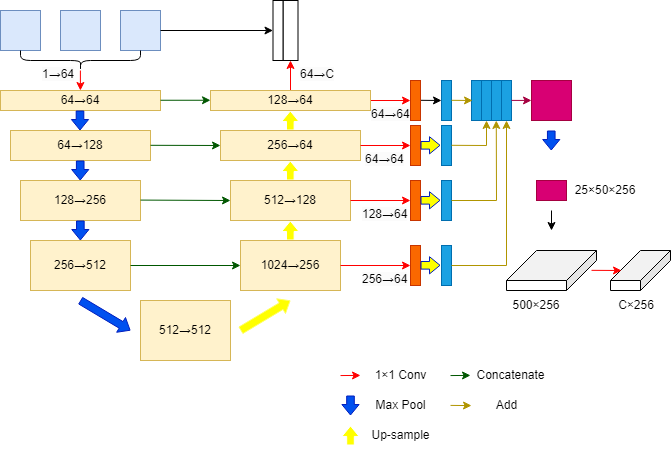
Above: test.drawio.png in DemonH-p/self-study (draw.io), before the change. Source tidied: cells renumbered, new cells last; positions are measured from the earlier drawing's top-left corner, leaving out a move shared by most shapes.
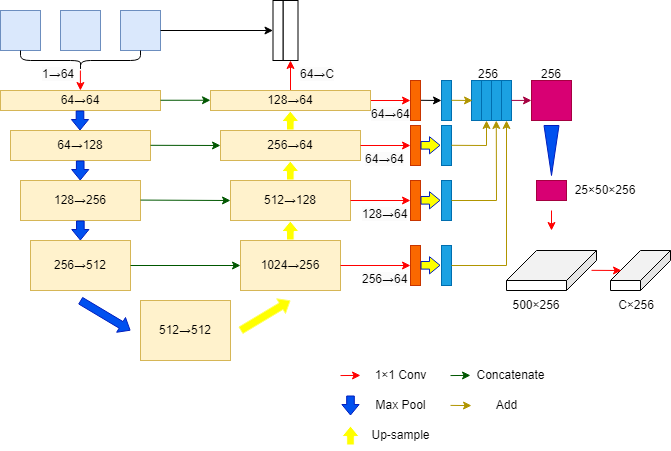
The same file after the commit.

What changed in the source:
```diff
@@ -268,15 +268,6 @@
     <mxCell id="56" style="rounded=0;whiteSpace=wrap;html=1;fillColor=#d80073;fontColor=#ffffff;strokeColor=#A50040;" parent="1" vertex="1">
       <mxGeometry x="531" y="80" width="40" height="40" as="geometry" />
     </mxCell>
-    <mxCell id="57" style="shape=flexArrow;endArrow=classic;html=1;rounded=0;fillColor=#0050ef;strokeColor=#001DBC;endWidth=8.571428571428571;endSize=3.157142857142857;width=7.619047619047619;" parent="1" edge="1">
-      <mxGeometry relative="1" as="geometry">
-        <mxPoint x="550.8" y="130" as="sourcePoint" />
-        <mxPoint x="550.8" y="150" as="targetPoint" />
-        <Array as="points">
-          <mxPoint x="550.8" y="130" />
-        </Array>
-      </mxGeometry>
-    </mxCell>
     <mxCell id="58" value="&lt;span style=&quot;color: rgb(0, 0, 0); font-family: Helvetica; font-size: 12px; font-style: normal; font-variant-ligatures: normal; font-variant-caps: normal; font-weight: 400; letter-spacing: normal; orphans: 2; text-align: center; text-indent: 0px; text-transform: none; widows: 2; word-spacing: 0px; -webkit-text-stroke-width: 0px; background-color: rgb(251, 251, 251); text-decoration-thickness: initial; text-decoration-style: initial; text-decoration-color: initial; float: none; display: inline !important;&quot;&gt;1→64&lt;/span&gt;" style="text;whiteSpace=wrap;html=1;" parent="1" vertex="1">
       <mxGeometry x="40" y="60" width="40" height="20" as="geometry" />
     </mxCell>
@@ -325,7 +316,7 @@
     <mxCell id="68" value="&lt;p style=&quot;line-height: 120%; font-size: 11px;&quot;&gt;&lt;br&gt;&lt;/p&gt;" style="shape=cube;whiteSpace=wrap;html=1;boundedLbl=1;backgroundOutline=1;darkOpacity=0.05;darkOpacity2=0.1;flipH=1;size=30;align=center;" parent="1" vertex="1">
       <mxGeometry x="610" y="250" width="60" height="40" as="geometry" />
     </mxCell>
-    <mxCell id="69" style="endArrow=classic;html=1;rounded=0;fillColor=#e51400;strokeColor=#000000;" parent="1" edge="1">
+    <mxCell id="69" style="endArrow=classic;html=1;rounded=0;fillColor=#e51400;strokeColor=#FF0000;" parent="1" edge="1">
       <mxGeometry relative="1" as="geometry">
         <mxPoint x="551" y="210" as="sourcePoint" />
         <mxPoint x="551" y="230" as="targetPoint" />
@@ -379,5 +370,14 @@
     <mxCell id="82" value="&lt;p style=&quot;font-size: 11px; line-height: 10%;&quot;&gt;&lt;font style=&quot;font-size: 11px;&quot;&gt;25×50&lt;/font&gt;&lt;span style=&quot;font-size: 11px; background-color: initial;&quot;&gt;×256&lt;/span&gt;&lt;/p&gt;" style="text;html=1;strokeColor=none;fillColor=none;align=center;verticalAlign=middle;whiteSpace=wrap;rounded=0;" parent="1" vertex="1">
       <mxGeometry x="590" y="185" width="30" height="10" as="geometry" />
     </mxCell>
+    <mxCell id="83" value="&lt;span style=&quot;border-color: var(--border-color); color: rgb(0, 0, 0); font-family: Helvetica; font-size: 11px; font-style: normal; font-variant-ligatures: normal; font-variant-caps: normal; font-weight: 400; letter-spacing: normal; orphans: 2; text-align: center; text-indent: 0px; text-transform: none; widows: 2; word-spacing: 0px; -webkit-text-stroke-width: 0px; background-color: initial; text-decoration-thickness: initial; text-decoration-style: initial; text-decoration-color: initial;&quot;&gt;256&lt;/span&gt;" style="text;whiteSpace=wrap;html=1;" parent="1" vertex="1">
+      <mxGeometry x="476" y="60" width="24" height="20" as="geometry" />
+    </mxCell>
+    <mxCell id="84" value="&lt;span style=&quot;border-color: var(--border-color); color: rgb(0, 0, 0); font-family: Helvetica; font-size: 11px; font-style: normal; font-variant-ligatures: normal; font-variant-caps: normal; font-weight: 400; letter-spacing: normal; orphans: 2; text-align: center; text-indent: 0px; text-transform: none; widows: 2; word-spacing: 0px; -webkit-text-stroke-width: 0px; background-color: initial; text-decoration-thickness: initial; text-decoration-style: initial; text-decoration-color: initial;&quot;&gt;256&lt;/span&gt;" style="text;whiteSpace=wrap;html=1;" parent="1" vertex="1">
+      <mxGeometry x="539" y="60" width="24" height="20" as="geometry" />
+    </mxCell>
+    <mxCell id="85" style="triangle;whiteSpace=wrap;html=1;direction=south;fillColor=#0050ef;fontColor=#ffffff;strokeColor=#001DBC;" parent="1" vertex="1">
+      <mxGeometry x="543.5" y="125" width="15" height="50" as="geometry" />
+    </mxCell>
   </root>
 </mxGraphModel>
```
